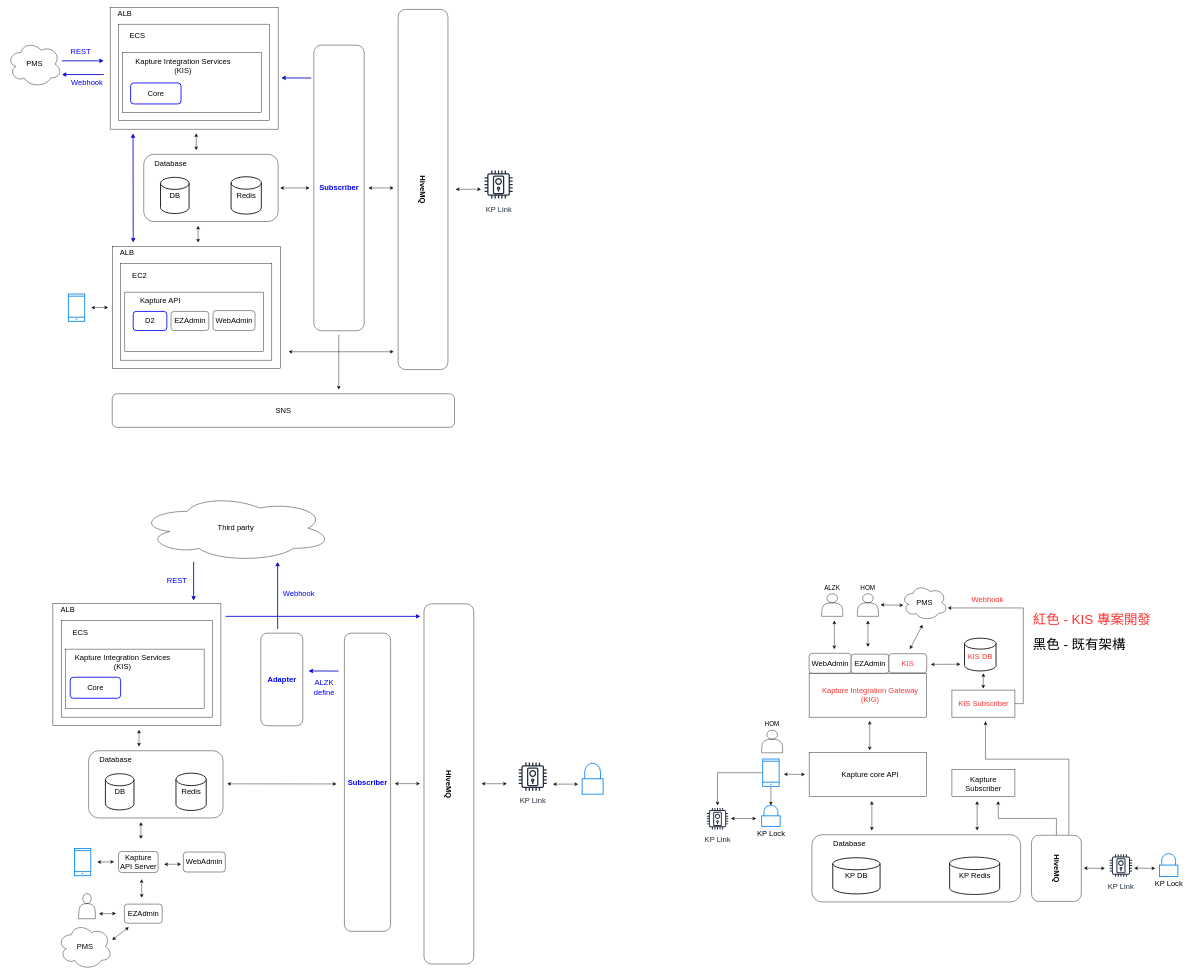
kevin3747118/ALZK keeps this draw.io diagram as KaptureIntegrationService.drawio. Above is the earlier version. Source tidied: cells renumbered, new cells numbered last; positions are measured from the earlier drawing's top-left corner, leaving out a move shared by most shapes. Both pictures are drawn from the tidied source at 42%, with x=0, y=0 at pixel (7, 7).
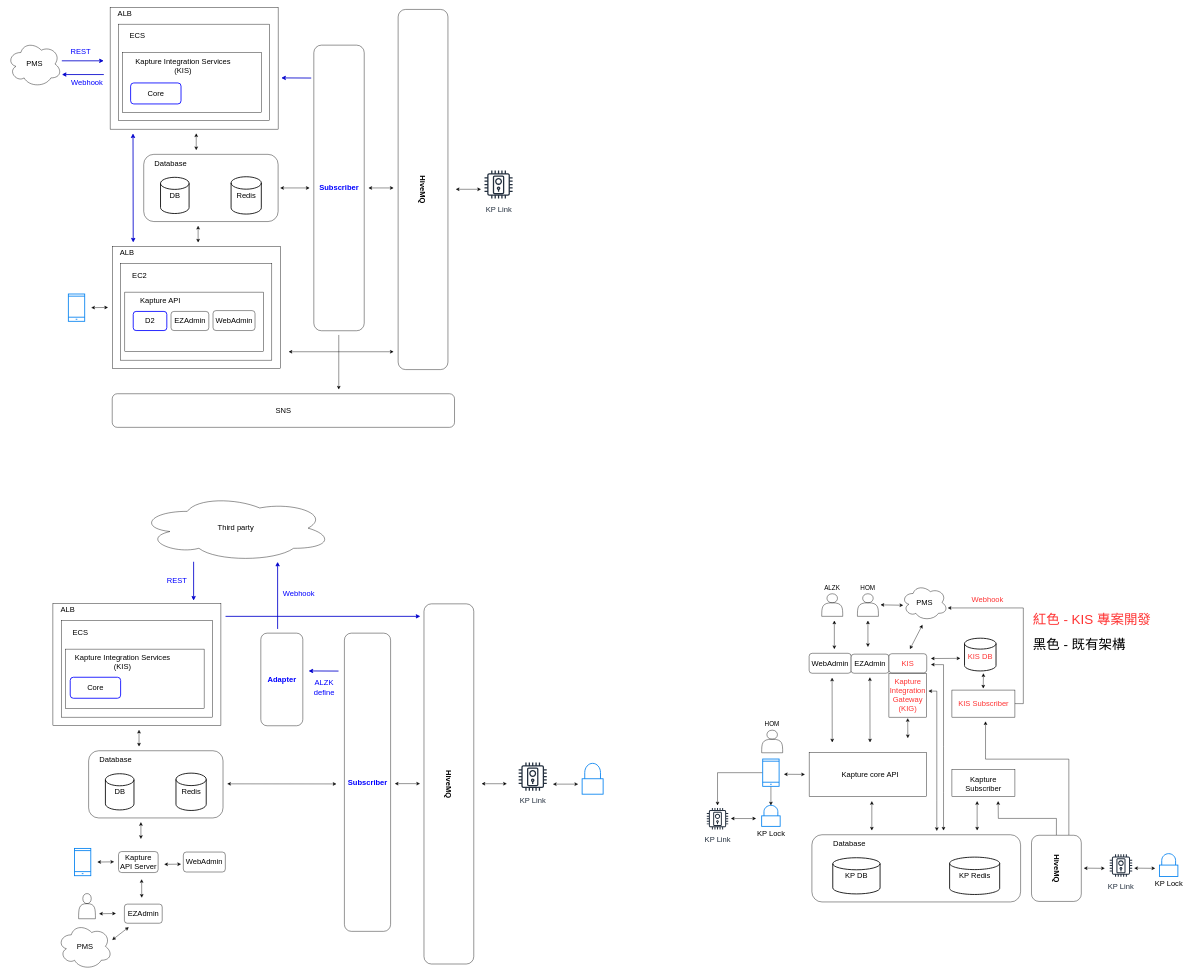
The same diagram, later.

The edit, as a diff of the source:
```diff
@@
     <mxCell id="85" style="rounded=0;whiteSpace=wrap;html=1;fontSize=18;" parent="1" vertex="1">
-      <mxGeometry x="1909" y="1585.5" width="280" height="104.5" as="geometry" />
+      <mxGeometry x="2099" y="1585.5" width="90" height="104.5" as="geometry" />
     </mxCell>
     <mxCell id="86" value="&lt;font style=&quot;font-size: 18px&quot;&gt;&lt;font color=&quot;#ff3333&quot;&gt;Kapture Integration Gateway (KIG)&lt;/font&gt;&lt;br&gt;&lt;/font&gt;" style="text;html=1;strokeColor=none;fillColor=none;align=center;verticalAlign=middle;whiteSpace=wrap;rounded=0;" parent="1" vertex="1">
-      <mxGeometry x="1928.8" y="1617.8" width="250.5" height="40" as="geometry" />
+      <mxGeometry x="2098.8" y="1613.9" width="90.2" height="47.8" as="geometry" />
     </mxCell>
@@
-    <mxCell id="99" style="endArrow=classic;startArrow=classic;html=1;rounded=0;fontSize=18;fontColor=#000000;" parent="1" edge="1">
-      <mxGeometry relative="1" as="geometry">
-        <mxPoint x="2053.3" y="1699" as="sourcePoint" />
-        <mxPoint x="2053.3" y="1769" as="targetPoint" />
-      </mxGeometry>
-    </mxCell>
@@
     <mxCell id="132" style="endArrow=classic;startArrow=classic;html=1;rounded=0;fontSize=18;" parent="1" edge="1">
       <mxGeometry relative="1" as="geometry">
-        <mxPoint x="2199" y="1564.4" as="sourcePoint" />
-        <mxPoint x="2269" y="1564" as="targetPoint" />
+        <mxPoint x="2199" y="1550.4" as="sourcePoint" />
+        <mxPoint x="2269" y="1550" as="targetPoint" />
       </mxGeometry>
     </mxCell>
@@
+    <mxCell id="141" style="endArrow=classic;startArrow=classic;html=1;rounded=0;fontSize=18;" parent="1" edge="1">
+      <mxGeometry relative="1" as="geometry">
+        <mxPoint x="2199" y="1564.9" as="sourcePoint" />
+        <mxPoint x="2229" y="1960" as="targetPoint" />
+        <Array as="points">
+          <mxPoint x="2229" y="1565" />
+          <mxPoint x="2229" y="1760" />
+          <mxPoint x="2229" y="1870" />
+        </Array>
+      </mxGeometry>
+    </mxCell>
+    <mxCell id="142" style="endArrow=classic;startArrow=classic;html=1;rounded=0;fontSize=18;" parent="1" edge="1">
+      <mxGeometry relative="1" as="geometry">
+        <mxPoint x="2193" y="1628" as="sourcePoint" />
+        <mxPoint x="2213" y="1961" as="targetPoint" />
+        <Array as="points">
+          <mxPoint x="2213" y="1628" />
+          <mxPoint x="2213" y="1778" />
+          <mxPoint x="2213" y="1888" />
+        </Array>
+      </mxGeometry>
+    </mxCell>
+    <mxCell id="143" style="endArrow=classic;startArrow=classic;html=1;rounded=0;fontSize=18;" parent="1" edge="1">
+      <mxGeometry relative="1" as="geometry">
+        <mxPoint x="1964" y="1750" as="sourcePoint" />
+        <mxPoint x="1963.7" y="1596" as="targetPoint" />
+      </mxGeometry>
+    </mxCell>
+    <mxCell id="144" style="endArrow=classic;startArrow=classic;html=1;rounded=0;fontSize=18;" parent="1" edge="1">
+      <mxGeometry relative="1" as="geometry">
+        <mxPoint x="2054" y="1750" as="sourcePoint" />
+        <mxPoint x="2053.7" y="1595" as="targetPoint" />
+      </mxGeometry>
+    </mxCell>
+    <mxCell id="145" style="endArrow=classic;startArrow=classic;html=1;rounded=0;fontSize=18;" parent="1" edge="1">
+      <mxGeometry relative="1" as="geometry">
+        <mxPoint x="2144" y="1740" as="sourcePoint" />
+        <mxPoint x="2143.7" y="1692.4" as="targetPoint" />
+      </mxGeometry>
+    </mxCell>
```
